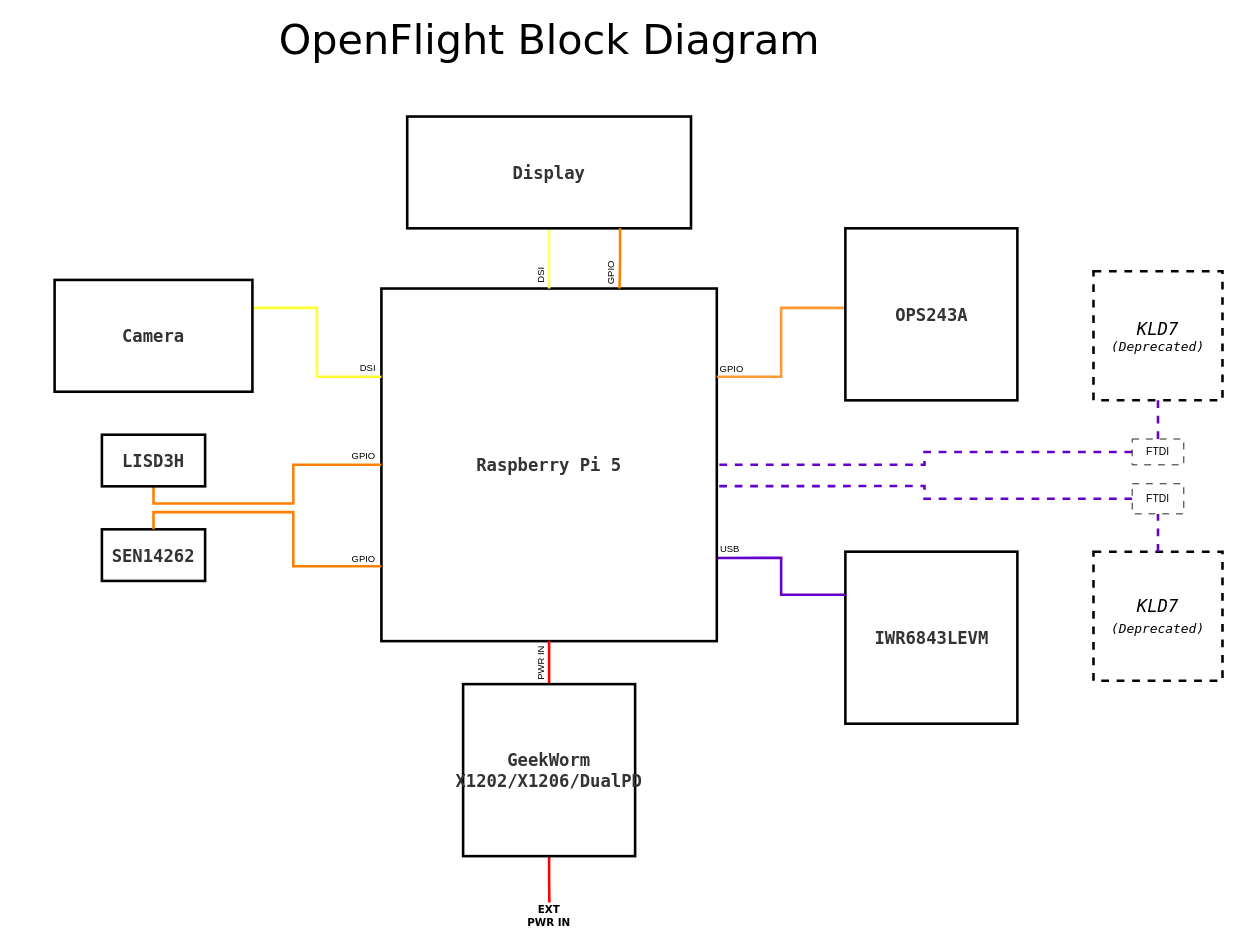
This is docs/OpenFlight_Block_Diagram.drawio from Robinante/OpenFlight-Radar-Workbench, a draw.io file, before an edit. Source tidied: cells renumbered, new cells numbered last; positions are measured from the earlier drawing's top-left corner, leaving out a move shared by most shapes. Both pictures are drawn from the tidied source at 86%, with x=0, y=0 at pixel (54, 27).
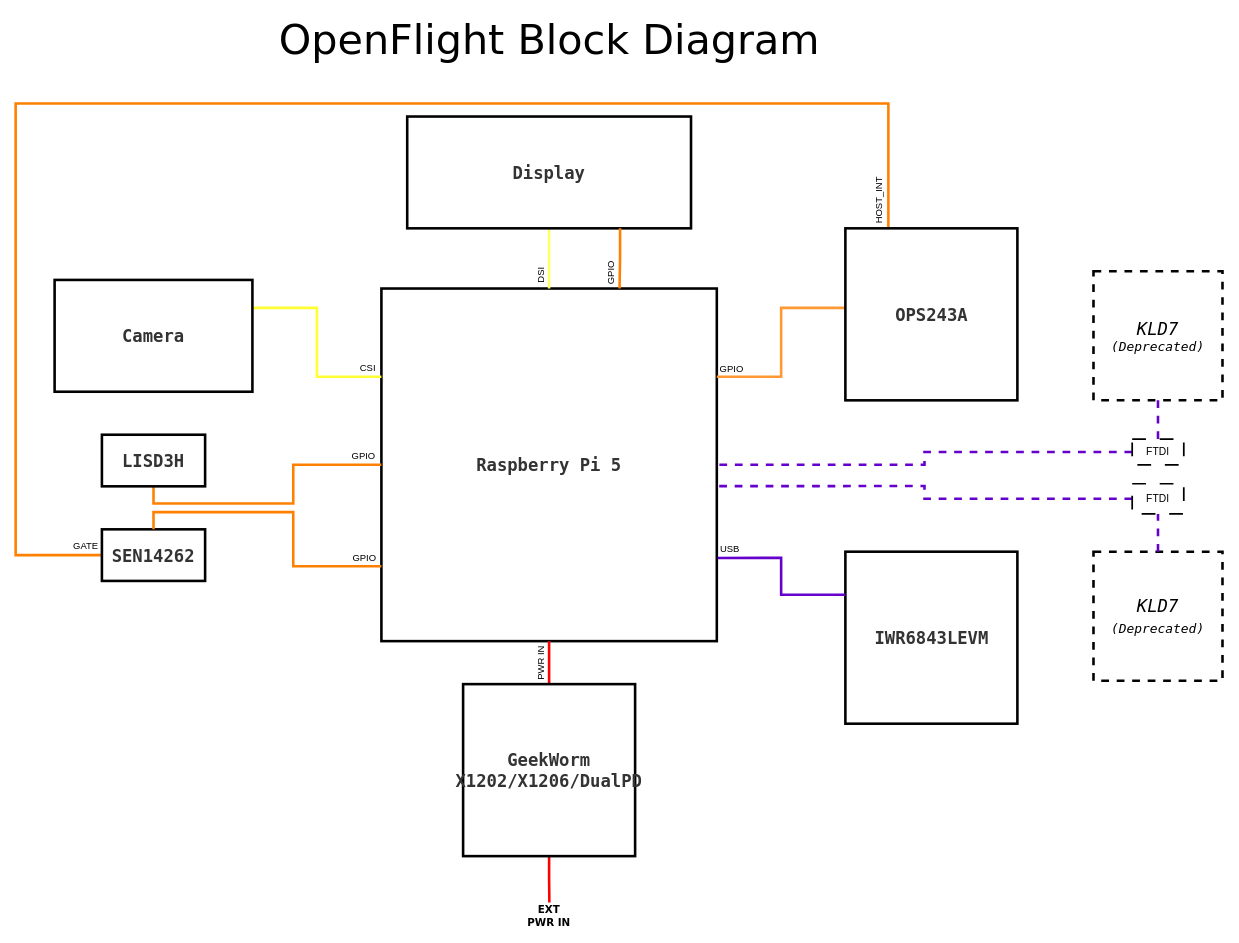
The same page after the edit.

Unchanged cells that the change refers to:
```xml
<mxCell id="6" style="edgeStyle=orthogonalEdgeStyle;rounded=0;jettySize=auto;html=1;exitX=1;exitY=0.25;exitDx=0;exitDy=0;entryX=0;entryY=0.25;entryDx=0;entryDy=0;endArrow=none;endFill=0;strokeColor=#FFFF33;strokeWidth=3;" parent="1" edge="1" source="8" target="2">
  <mxGeometry relative="1" as="geometry" />
</mxCell>
<mxCell id="9" value="SEN14262" style="rounded=0;whiteSpace=wrap;html=1;strokeWidth=3;fontFamily=Lucida Console;fontSize=20;fontColor=#333333;fontStyle=1;align=center;verticalAlign=middle;labelBorderColor=none;labelBackgroundColor=none;" parent="1" vertex="1">
  <mxGeometry x="55" y="584" width="120" height="60" as="geometry" />
</mxCell>
<mxCell id="14" value="&lt;div&gt;OPS243A&lt;/div&gt;" style="rounded=0;whiteSpace=wrap;html=1;strokeWidth=3;fontFamily=Lucida Console;fontSize=20;fontColor=#333333;fontStyle=1;align=center;verticalAlign=middle;labelBorderColor=none;labelBackgroundColor=none;points=[[0,0,1,0,0],[0.25,0,1,0,0],[0.5,0,1,0,0],[0.75,0,1,0,0],[1,0,1,0,0],[0,0.25,1,0,0],[0,0.5,1,0,0],[0,0.75,1,0,0],[1,0.25,1,0,0],[1,0.5,1,0,0],[1,0.75,1,0,0],[0,1,1,0,0],[0.25,1,1,0,0],[0.5,1,1,0,0],[0.75,1,1,0,0],[1,1,1,0,0],[0.003804,0.462609,0,0,0]];" parent="1" vertex="1">
  <mxGeometry x="919.5" y="234" width="200" height="200" as="geometry" />
</mxCell>
<mxCell id="26" style="edgeStyle=orthogonalEdgeStyle;rounded=0;jettySize=auto;html=1;exitX=0.5;exitY=0;exitDx=0;exitDy=0;entryX=0;entryY=0.787805;entryDx=0;entryDy=0;entryPerimeter=0;strokeWidth=3;endArrow=none;endFill=0;strokeColor=#FF8000;" parent="1" edge="1" source="9" target="2">
  <mxGeometry relative="1" as="geometry" />
</mxCell>
```

Change to the diagram source:
```diff
@@
-    <mxCell id="7" value="DSI" style="edgeLabel;html=1;align=center;verticalAlign=middle;" parent="6" vertex="1">
+    <mxCell id="7" value="CSI" style="edgeLabel;html=1;align=center;verticalAlign=middle;" parent="6" vertex="1">
       <mxGeometry x="0.64" y="3" relative="1" as="geometry">
         <mxPoint x="24" y="-8" as="offset" />
       </mxGeometry>
     </mxCell>
@@
+    <mxCell id="37" style="edgeStyle=orthogonalEdgeStyle;rounded=0;jettySize=auto;html=1;exitX=0;exitY=0.5;exitDx=0;exitDy=0;entryX=0.25;entryY=0;entryDx=0;entryDy=0;endArrow=none;endFill=0;strokeWidth=3;strokeColor=light-dark(#FF8000,#FF8000);" parent="1" edge="1" source="9" target="14">
+      <mxGeometry x="0.11" relative="1" as="geometry">
+        <Array as="points">
+          <mxPoint x="-45.3" y="614" />
+          <mxPoint x="-45.3" y="88.8" />
+          <mxPoint x="969.5" y="88.8" />
+        </Array>
+      </mxGeometry>
+    </mxCell>
+    <mxCell id="38" value="GATE" style="edgeLabel;html=1;align=center;verticalAlign=middle;" parent="37" vertex="1">
+      <mxGeometry x="-0.95" y="2" relative="1" as="geometry">
+        <mxPoint x="25" y="-14" as="offset" />
+      </mxGeometry>
+    </mxCell>
+    <mxCell id="39" value="HOST_INT" style="edgeLabel;html=1;align=center;verticalAlign=middle;rotation=270;" parent="37" vertex="1">
+      <mxGeometry x="0.94" y="6" relative="1" as="geometry">
+        <mxPoint x="-17" y="22" as="offset" />
+      </mxGeometry>
+    </mxCell>
@@
     <mxCell id="27" value="GPIO" style="edgeLabel;html=1;align=center;verticalAlign=middle;" parent="26" vertex="1">
       <mxGeometry x="0.78" y="-7" relative="1" as="geometry">
-        <mxPoint x="17" y="-16" as="offset" />
+        <mxPoint x="18" y="-18" as="offset" />
       </mxGeometry>
     </mxCell>
@@
-    <mxCell id="34" value="FTDI" style="rounded=0;whiteSpace=wrap;html=1;dashed=1;dashPattern=8 8;" parent="1" vertex="1">
+    <mxCell id="34" value="FTDI" style="rounded=0;whiteSpace=wrap;html=1;dashed=1;dashPattern=8 8;strokeWidth=2;" parent="1" vertex="1">
       <mxGeometry x="1253" y="479" width="60" height="30" as="geometry" />
     </mxCell>
@@
-    <mxCell id="36" value="FTDI" style="rounded=0;whiteSpace=wrap;html=1;dashed=1;dashPattern=8 8;" parent="1" vertex="1">
+    <mxCell id="36" value="FTDI" style="rounded=0;whiteSpace=wrap;html=1;dashed=1;dashPattern=8 8;strokeWidth=2;" parent="1" vertex="1">
       <mxGeometry x="1253" y="531" width="60" height="35" as="geometry" />
     </mxCell>
```
